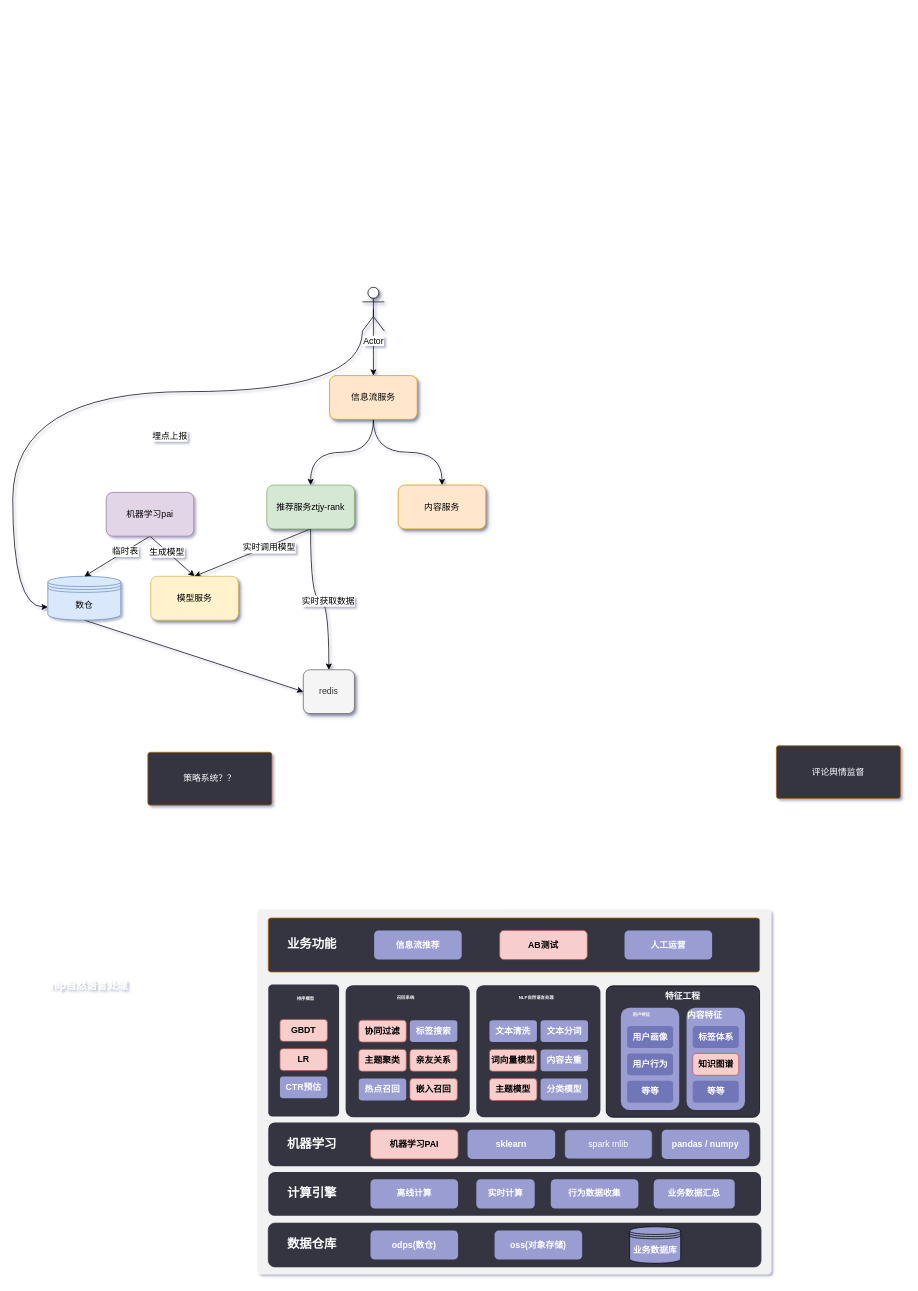
mufool/draw keeps this draw.io diagram as 推荐系统-架构图.drawio. Above is the earlier version. Source tidied: cells renumbered, new cells numbered last; positions are measured from the earlier drawing's top-left corner, leaving out a move shared by most shapes. Both pictures are drawn from the tidied source at 73%, with x=0, y=0 at pixel (12, 287).
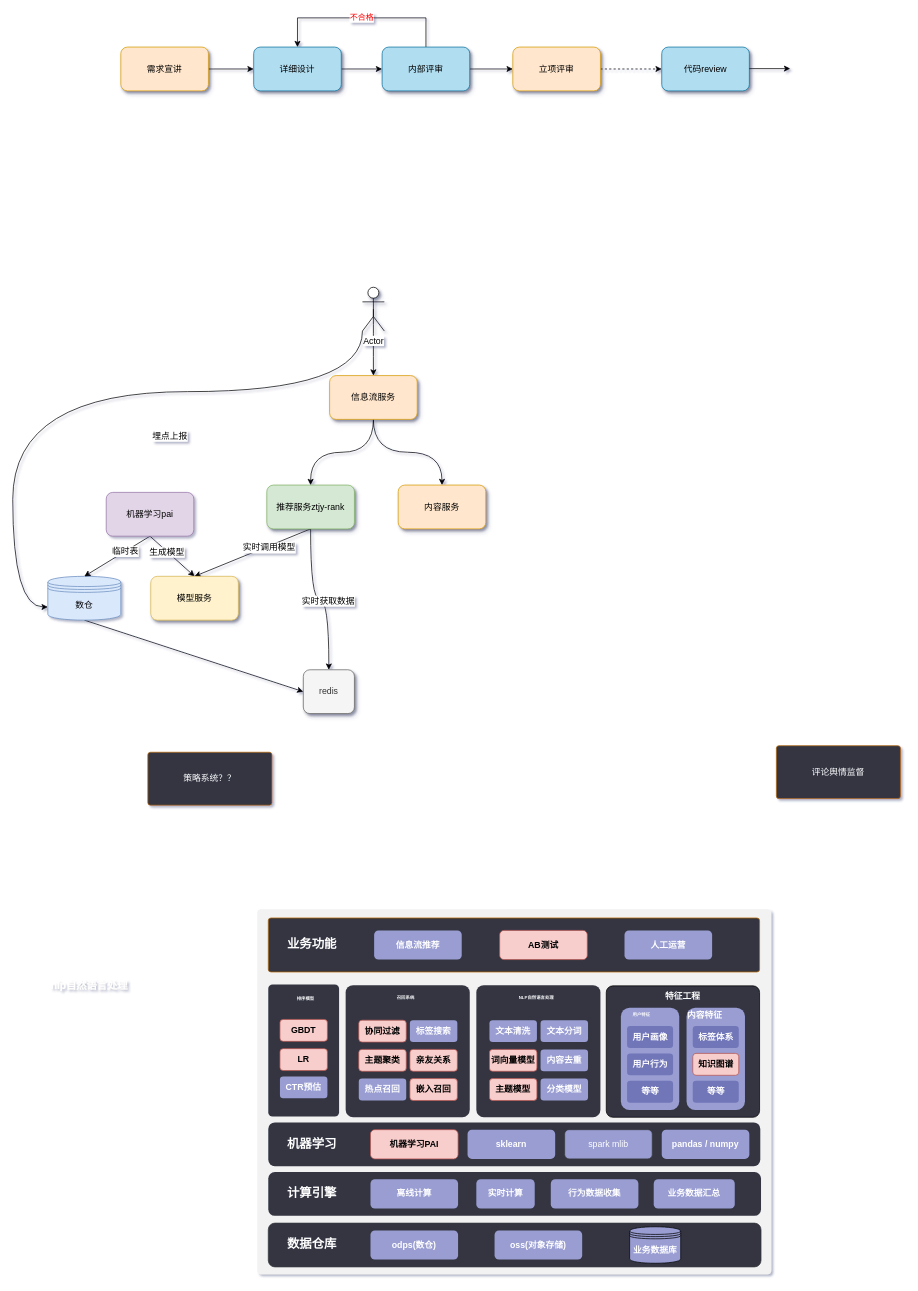
The same diagram, later.

Commit message:
更新推荐系统-架构图.drawio

What changed in the source:
```diff
@@
+    <mxCell id="87" style="edgeStyle=orthogonalEdgeStyle;rounded=0;jettySize=auto;html=1;exitX=1;exitY=0.5;exitDx=0;exitDy=0;entryX=0;entryY=0.5;entryDx=0;entryDy=0;" parent="1" edge="1" source="88" target="90">
+      <mxGeometry relative="1" as="geometry" />
+    </mxCell>
+    <mxCell id="88" value="需求宣讲" style="rounded=1;whiteSpace=wrap;html=1;shadow=1;fillColor=#ffe6cc;strokeColor=#d79b00;" parent="1" vertex="1">
+      <mxGeometry x="148" y="-329" width="120" height="60" as="geometry" />
+    </mxCell>
+    <mxCell id="89" style="edgeStyle=orthogonalEdgeStyle;rounded=0;jettySize=auto;html=1;exitX=1;exitY=0.5;exitDx=0;exitDy=0;entryX=0;entryY=0.5;entryDx=0;entryDy=0;" parent="1" edge="1" source="90" target="93">
+      <mxGeometry relative="1" as="geometry" />
+    </mxCell>
+    <mxCell id="90" value="详细设计" style="rounded=1;whiteSpace=wrap;html=1;shadow=1;fillColor=#b1ddf0;strokeColor=#10739e;" parent="1" vertex="1">
+      <mxGeometry x="330" y="-329" width="120" height="60" as="geometry" />
+    </mxCell>
+    <mxCell id="91" style="edgeStyle=orthogonalEdgeStyle;rounded=0;jettySize=auto;html=1;exitX=1;exitY=0.5;exitDx=0;exitDy=0;entryX=0;entryY=0.5;entryDx=0;entryDy=0;" parent="1" edge="1" source="93" target="95">
+      <mxGeometry relative="1" as="geometry" />
+    </mxCell>
+    <mxCell id="92" value="不合格" style="edgeStyle=orthogonalEdgeStyle;rounded=0;jettySize=auto;html=1;entryX=0.5;entryY=0;entryDx=0;entryDy=0;fontColor=#FF0000;" parent="1" edge="1" source="93" target="90">
+      <mxGeometry relative="1" as="geometry">
+        <Array as="points">
+          <mxPoint x="566" y="-369" />
+          <mxPoint x="390" y="-369" />
+        </Array>
+      </mxGeometry>
+    </mxCell>
+    <mxCell id="93" value="内部评审" style="rounded=1;whiteSpace=wrap;html=1;shadow=1;fillColor=#b1ddf0;strokeColor=#10739e;" parent="1" vertex="1">
+      <mxGeometry x="506" y="-329" width="120" height="60" as="geometry" />
+    </mxCell>
+    <mxCell id="94" style="edgeStyle=orthogonalEdgeStyle;rounded=0;jettySize=auto;html=1;exitX=1;exitY=0.5;exitDx=0;exitDy=0;dashed=1;" parent="1" edge="1" source="95" target="96">
+      <mxGeometry relative="1" as="geometry" />
+    </mxCell>
+    <mxCell id="95" value="立项评审" style="rounded=1;whiteSpace=wrap;html=1;shadow=1;fillColor=#ffe6cc;strokeColor=#d79b00;" parent="1" vertex="1">
+      <mxGeometry x="685" y="-329" width="120" height="60" as="geometry" />
+    </mxCell>
+    <mxCell id="96" value="代码review" style="rounded=1;whiteSpace=wrap;html=1;shadow=1;fillColor=#b1ddf0;strokeColor=#10739e;" parent="1" vertex="1">
+      <mxGeometry x="889" y="-329" width="120" height="60" as="geometry" />
+    </mxCell>
+    <mxCell id="97" style="edgeStyle=orthogonalEdgeStyle;rounded=0;orthogonalLoop=1;jettySize=auto;html=1;exitX=1;exitY=0.5;exitDx=0;exitDy=0;entryX=0;entryY=0.5;entryDx=0;entryDy=0;" parent="1" edge="1">
+      <mxGeometry relative="1" as="geometry">
+        <mxPoint x="1009" y="-299.5" as="sourcePoint" />
+        <mxPoint x="1065" y="-299.5" as="targetPoint" />
+      </mxGeometry>
+    </mxCell>
```
